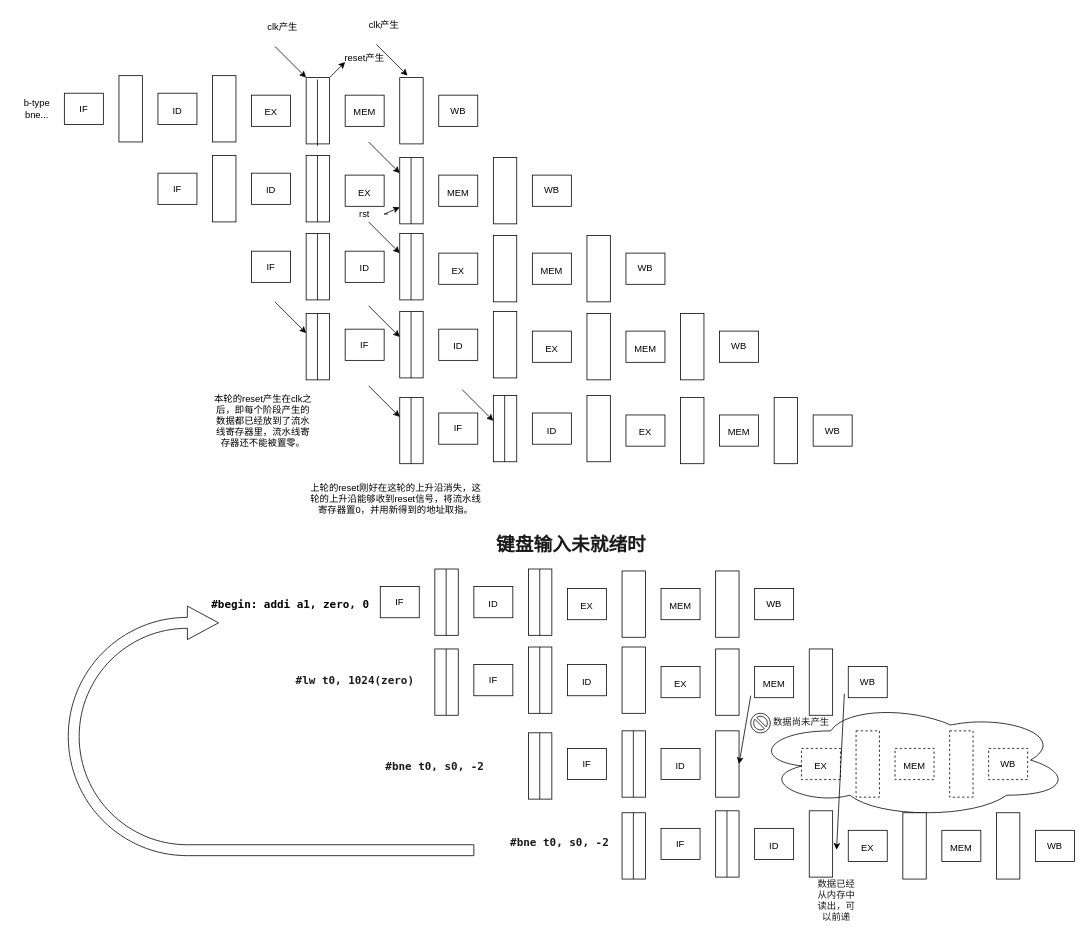
Above: page "第 1 页" (1 of 4) of drawio/一些解释.drawio in zybzzz/RISCVFirebird (draw.io), before the change. Source tidied: cells renumbered, new cells numbered last; positions are measured from the earlier drawing's top-left corner, leaving out a move shared by most shapes. Both pictures are drawn from the tidied source at 78%, with x=0, y=0 at pixel (13, 13).
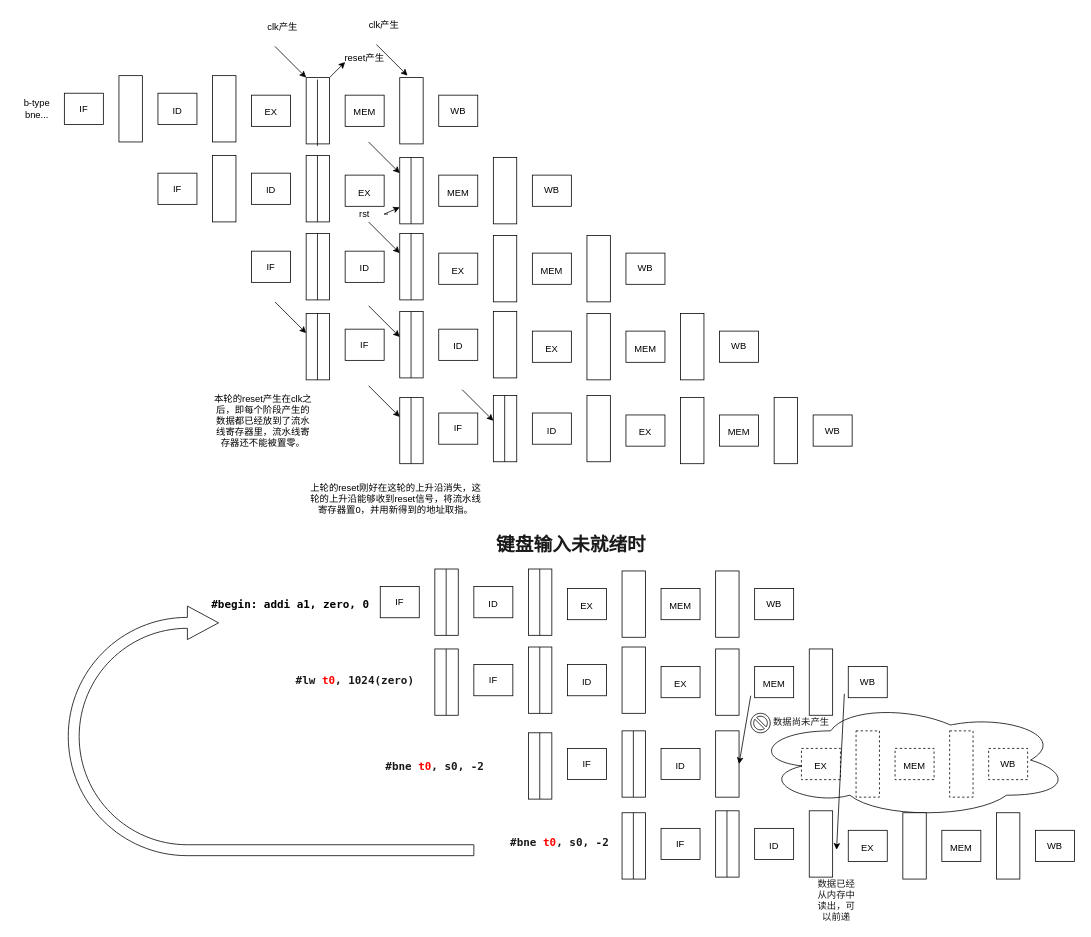
The same diagram, later.

Change to the diagram source:
```diff
@@
-    <mxCell id="169" value="&lt;span style=&quot;font-family: &amp;#34;menlo&amp;#34; , &amp;#34;monaco&amp;#34; , &amp;#34;courier new&amp;#34; , monospace ; font-size: 14px ; font-style: normal ; letter-spacing: normal ; text-indent: 0px ; text-transform: none ; word-spacing: 0px ; display: inline ; float: none ; background-color: rgb(255 , 255 , 255)&quot;&gt;&lt;font color=&quot;#1a1a1a&quot;&gt;&lt;b&gt;#lw t0, 1024(zero)&lt;/b&gt;&lt;/font&gt;&lt;/span&gt;" style="text;whiteSpace=wrap;html=1;fontSize=12;fontFamily=Helvetica;fontColor=#000000;" parent="1" vertex="1">
+    <mxCell id="169" value="&lt;span style=&quot;font-family: &amp;#34;menlo&amp;#34; , &amp;#34;monaco&amp;#34; , &amp;#34;courier new&amp;#34; , monospace ; font-size: 14px ; font-style: normal ; letter-spacing: normal ; text-indent: 0px ; text-transform: none ; word-spacing: 0px ; display: inline ; float: none ; background-color: rgb(255 , 255 , 255)&quot;&gt;&lt;b&gt;&lt;font color=&quot;#1a1a1a&quot;&gt;#lw &lt;/font&gt;&lt;font color=&quot;#ff0000&quot;&gt;t0&lt;/font&gt;&lt;font color=&quot;#1a1a1a&quot;&gt;, 1024(zero)&lt;/font&gt;&lt;/b&gt;&lt;/span&gt;" style="text;whiteSpace=wrap;html=1;fontSize=12;fontFamily=Helvetica;fontColor=#000000;" parent="1" vertex="1">
       <mxGeometry x="360" y="839.5" width="180" height="30" as="geometry" />
     </mxCell>
-    <mxCell id="170" value="&lt;span style=&quot;font-family: &amp;#34;menlo&amp;#34; , &amp;#34;monaco&amp;#34; , &amp;#34;courier new&amp;#34; , monospace ; font-size: 14px ; background-color: rgb(255 , 255 , 255)&quot;&gt;&lt;font color=&quot;#1a1a1a&quot;&gt;&lt;b&gt;#bne t0, s0, -2&lt;/b&gt;&lt;/font&gt;&lt;/span&gt;" style="text;whiteSpace=wrap;html=1;fontSize=12;fontFamily=Helvetica;fontColor=#000000;" parent="1" vertex="1">
+    <mxCell id="170" value="&lt;span style=&quot;font-family: &amp;#34;menlo&amp;#34; , &amp;#34;monaco&amp;#34; , &amp;#34;courier new&amp;#34; , monospace ; font-size: 14px ; background-color: rgb(255 , 255 , 255)&quot;&gt;&lt;b&gt;&lt;font color=&quot;#1a1a1a&quot;&gt;#bne &lt;/font&gt;&lt;font color=&quot;#ff0000&quot;&gt;t0&lt;/font&gt;&lt;font color=&quot;#1a1a1a&quot;&gt;, s0, -2&lt;/font&gt;&lt;/b&gt;&lt;/span&gt;" style="text;whiteSpace=wrap;html=1;fontSize=12;fontFamily=Helvetica;fontColor=#000000;" parent="1" vertex="1">
       <mxGeometry x="475" y="949.5" width="180" height="30" as="geometry" />
     </mxCell>
-    <mxCell id="171" value="&lt;span style=&quot;font-family: &amp;#34;menlo&amp;#34; , &amp;#34;monaco&amp;#34; , &amp;#34;courier new&amp;#34; , monospace ; font-size: 14px ; background-color: rgb(255 , 255 , 255)&quot;&gt;&lt;font color=&quot;#1a1a1a&quot;&gt;&lt;b&gt;#bne t0, s0, -2&lt;/b&gt;&lt;/font&gt;&lt;/span&gt;" style="text;whiteSpace=wrap;html=1;fontSize=12;fontFamily=Helvetica;fontColor=#000000;" parent="1" vertex="1">
+    <mxCell id="171" value="&lt;span style=&quot;font-family: &amp;#34;menlo&amp;#34; , &amp;#34;monaco&amp;#34; , &amp;#34;courier new&amp;#34; , monospace ; font-size: 14px ; background-color: rgb(255 , 255 , 255)&quot;&gt;&lt;b&gt;&lt;font color=&quot;#1a1a1a&quot;&gt;#bne &lt;/font&gt;&lt;font color=&quot;#ff0000&quot;&gt;t0&lt;/font&gt;&lt;font color=&quot;#1a1a1a&quot;&gt;, s0, -2&lt;/font&gt;&lt;/b&gt;&lt;/span&gt;" style="text;whiteSpace=wrap;html=1;fontSize=12;fontFamily=Helvetica;fontColor=#000000;" parent="1" vertex="1">
       <mxGeometry x="635" y="1047" width="180" height="30" as="geometry" />
     </mxCell>
```
